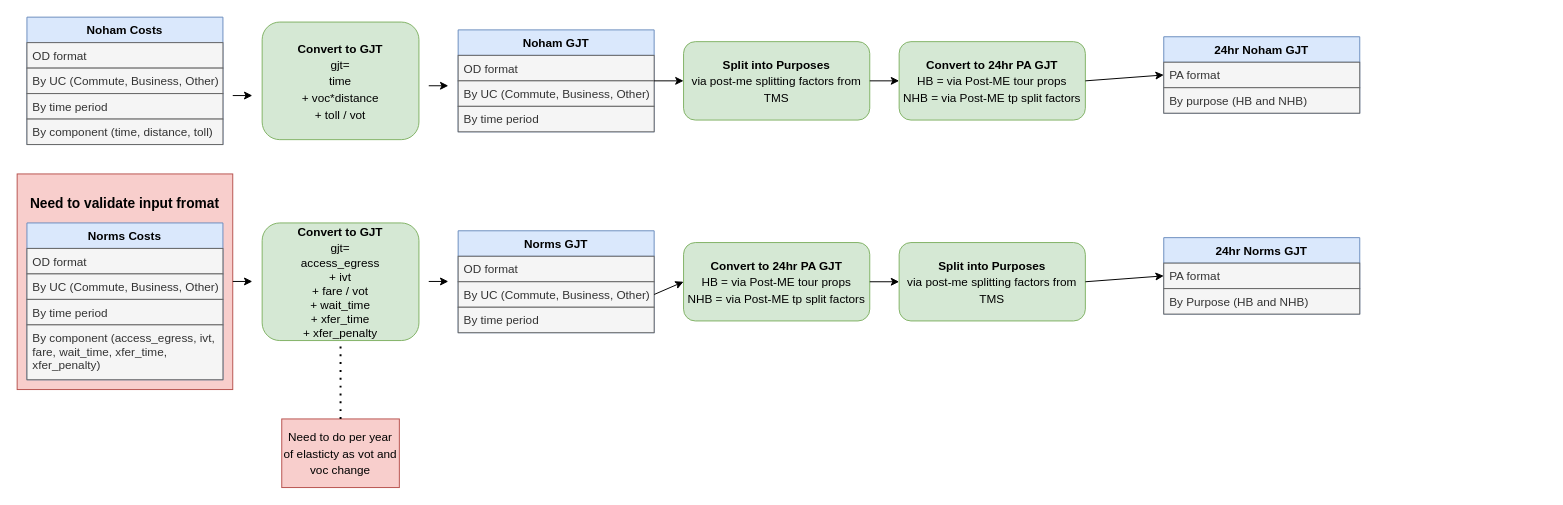
Transport-for-the-North/NorMITs-Demand keeps this draw.io diagram as page "Cost components to GJT" (1 of 2) of docs/op_models/Elasticity/Cost Builder.drawio. Above is the earlier version. Source tidied: cells renumbered, new cells numbered last; positions are measured from the earlier drawing's top-left corner, leaving out a move shared by most shapes. Both pictures are drawn from the tidied source at 98%, with x=0, y=0 at pixel (17, 17).
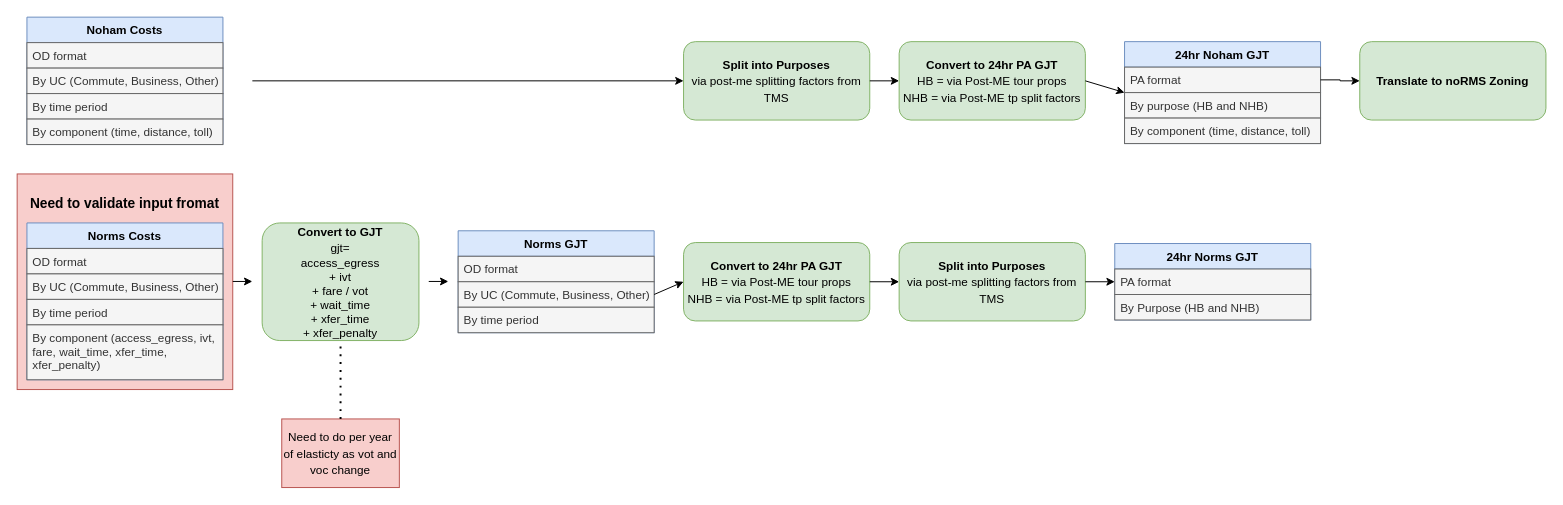
The same page after the edit.

Unchanged cells that the change refers to:
```xml
<mxCell id="30" value="PA format" style="text;strokeColor=#666666;fillColor=#f5f5f5;align=left;verticalAlign=top;spacingLeft=4;spacingRight=4;overflow=hidden;points=[[0,0.5],[1,0.5]];portConstraint=eastwest;fontColor=#333333;" parent="29" vertex="1">
  <mxGeometry y="26" width="200" height="26" as="geometry" />
</mxCell>
<mxCell id="37" value="&lt;font style=&quot;font-size: 12px&quot;&gt;&lt;span style=&quot;font-weight: bold&quot;&gt;Split into Purposes&lt;/span&gt;&lt;font style=&quot;font-weight: bold ; font-size: 12px&quot;&gt;&lt;br&gt;&lt;/font&gt;via post-me splitting factors from TMS&lt;br&gt;&lt;/font&gt;" style="rounded=1;whiteSpace=wrap;html=1;fontSize=14;align=center;fillColor=#d5e8d4;strokeColor=#82b366;" parent="1" vertex="1">
  <mxGeometry x="680" y="25" width="190" height="80" as="geometry" />
</mxCell>
```

Change to the diagram source:
```diff
@@
-    <mxCell id="14" value="&lt;font style=&quot;font-size: 12px&quot;&gt;&lt;span style=&quot;font-weight: bold&quot;&gt;Convert to GJT&lt;/span&gt;&lt;font style=&quot;font-weight: bold ; font-size: 12px&quot;&gt;&lt;br&gt;&lt;/font&gt;gjt=&lt;br&gt;time&lt;br&gt;+ voc*distance&lt;br&gt;+ toll / vot&lt;/font&gt;" style="rounded=1;whiteSpace=wrap;html=1;fontSize=14;align=center;fillColor=#d5e8d4;strokeColor=#82b366;" parent="1" vertex="1">
-      <mxGeometry x="250" y="5" width="160" height="120" as="geometry" />
-    </mxCell>
-    <mxCell id="15" value="Noham GJT" style="swimlane;fontStyle=1;horizontal=1;startSize=26;fillColor=#dae8fc;strokeColor=#6c8ebf;" parent="1" vertex="1">
-      <mxGeometry x="450" y="13" width="200" height="104" as="geometry" />
-    </mxCell>
-    <mxCell id="16" value="OD format" style="text;strokeColor=#666666;fillColor=#f5f5f5;align=left;verticalAlign=top;spacingLeft=4;spacingRight=4;overflow=hidden;fontColor=#333333;" parent="15" vertex="1">
-      <mxGeometry y="26" width="200" height="26" as="geometry" />
-    </mxCell>
-    <mxCell id="17" value="By UC (Commute, Business, Other)&#10;" style="text;strokeColor=#666666;fillColor=#f5f5f5;align=left;verticalAlign=top;spacingLeft=4;spacingRight=4;overflow=hidden;points=[[0,0.5],[1,0.5]];portConstraint=eastwest;fontColor=#333333;" parent="15" vertex="1">
-      <mxGeometry y="52" width="200" height="26" as="geometry" />
-    </mxCell>
-    <mxCell id="18" value="By time period" style="text;strokeColor=#666666;fillColor=#f5f5f5;align=left;verticalAlign=top;spacingLeft=4;spacingRight=4;overflow=hidden;fontColor=#333333;" parent="15" vertex="1">
-      <mxGeometry y="78" width="200" height="26" as="geometry" />
-    </mxCell>
@@
-    <mxCell id="24" style="endArrow=classic;html=1;fontSize=14;" parent="1" edge="1">
-      <mxGeometry relative="1" as="geometry">
-        <mxPoint x="220" y="80" as="sourcePoint" />
-        <mxPoint x="240" y="80" as="targetPoint" />
-      </mxGeometry>
-    </mxCell>
@@
-    <mxCell id="26" style="endArrow=classic;html=1;fontSize=14;" parent="1" edge="1">
-      <mxGeometry relative="1" as="geometry">
-        <mxPoint x="420" y="70" as="sourcePoint" />
-        <mxPoint x="440" y="70" as="targetPoint" />
-      </mxGeometry>
-    </mxCell>
@@
     <mxCell id="29" value="24hr Noham GJT" style="swimlane;fontStyle=1;horizontal=1;startSize=26;fillColor=#dae8fc;strokeColor=#6c8ebf;" parent="1" vertex="1">
-      <mxGeometry x="1170" y="20" width="200" height="78" as="geometry" />
+      <mxGeometry x="1130" y="25" width="200" height="104" as="geometry" />
     </mxCell>
@@
+    <mxCell id="46" value="By component (time, distance, toll)" style="text;strokeColor=#666666;fillColor=#f5f5f5;align=left;verticalAlign=top;spacingLeft=4;spacingRight=4;overflow=hidden;fontColor=#333333;" parent="29" vertex="1">
+      <mxGeometry y="78" width="200" height="26" as="geometry" />
+    </mxCell>
     <mxCell id="32" value="24hr Norms GJT" style="swimlane;fontStyle=1;horizontal=1;startSize=26;fillColor=#dae8fc;strokeColor=#6c8ebf;" parent="1" vertex="1">
-      <mxGeometry x="1170" y="225" width="200" height="78" as="geometry" />
+      <mxGeometry x="1120" y="231" width="200" height="78" as="geometry" />
     </mxCell>
@@
-    <mxCell id="38" style="endArrow=classic;html=1;fontSize=14;exitX=1;exitY=0;exitDx=0;exitDy=0;entryX=0;entryY=0.5;entryDx=0;entryDy=0;exitPerimeter=0;" parent="1" edge="1" source="17" target="37">
-      <mxGeometry relative="1" as="geometry" />
+    <mxCell id="38" style="endArrow=classic;html=1;fontSize=14;entryX=0;entryY=0.5;entryDx=0;entryDy=0;" parent="1" edge="1" target="37">
+      <mxGeometry relative="1" as="geometry">
+        <mxPoint x="240" y="65" as="sourcePoint" />
+      </mxGeometry>
     </mxCell>
@@
+    <mxCell id="47" value="&lt;font style=&quot;font-size: 12px&quot;&gt;&lt;b&gt;Translate to noRMS Zoning&lt;/b&gt;&lt;br&gt;&lt;/font&gt;" style="rounded=1;whiteSpace=wrap;html=1;fontSize=14;align=center;fillColor=#d5e8d4;strokeColor=#82b366;" parent="1" vertex="1">
+      <mxGeometry x="1370" y="25" width="190" height="80" as="geometry" />
+    </mxCell>
+    <mxCell id="48" style="edgeStyle=orthogonalEdgeStyle;rounded=0;jettySize=auto;html=1;fontSize=14;" parent="1" edge="1" source="30" target="47">
+      <mxGeometry relative="1" as="geometry" />
+    </mxCell>
```
